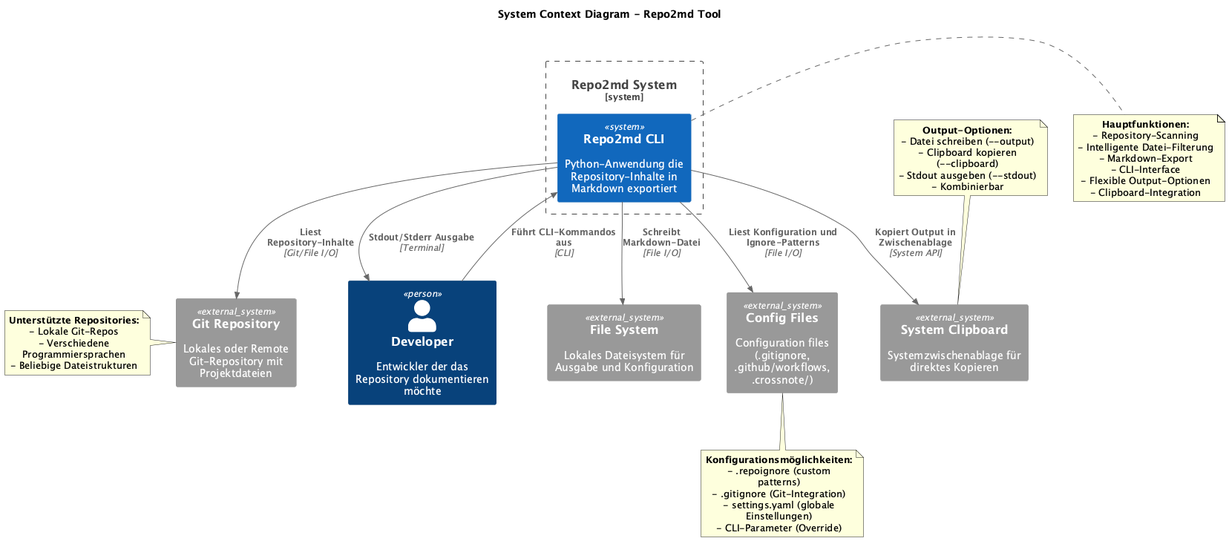
Above: docs/architecture/images/C4_Level1_repo2md.png in georghildebrand/repo2ai (PlantUML), before the change.
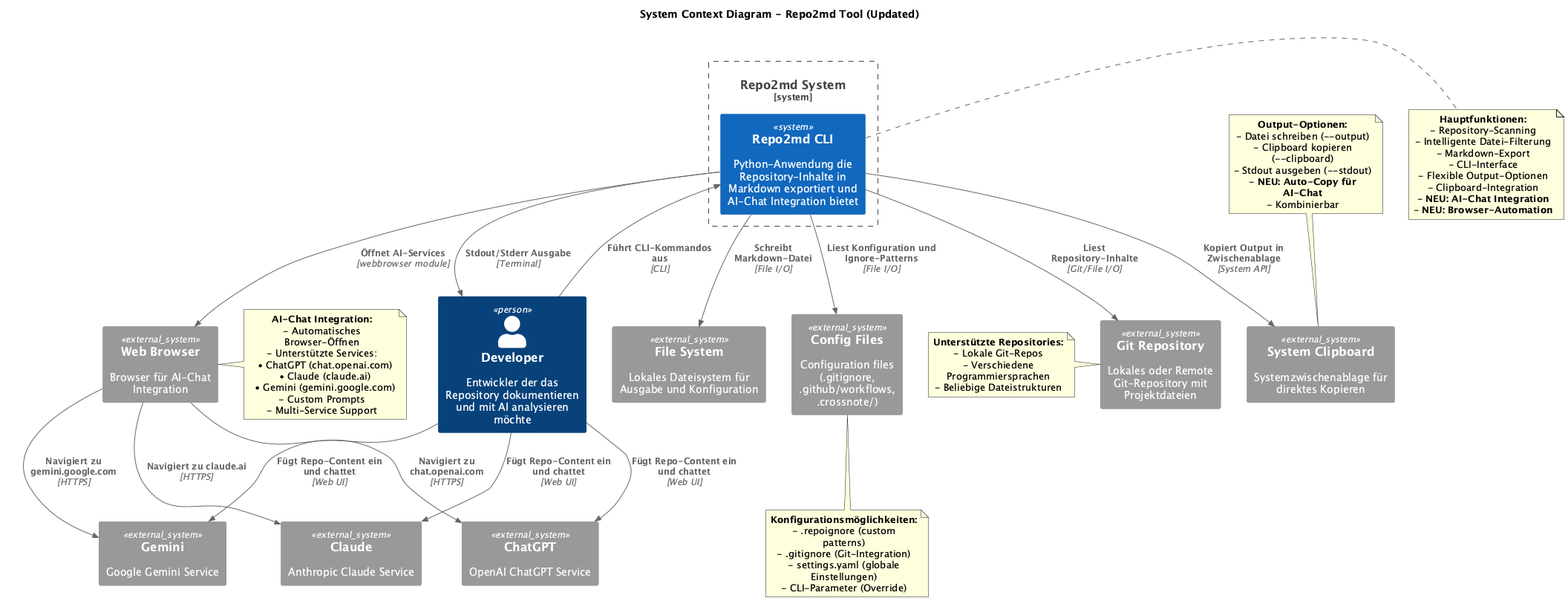
Later version of the same file.

The edit, as a diff of the source:
```diff
@@ -1,25 +1,39 @@
 @startuml C4_Level1_repo2md
 !include https://raw.githubusercontent.com/plantuml-stdlib/C4-PlantUML/master/C4_Context.puml
 
-title System Context Diagram - Repo2md Tool
+title System Context Diagram - Repo2md Tool (Updated)
 
-Person(developer, "Developer", "Entwickler der das Repository dokumentieren möchte")
+Person(developer, "Developer", "Entwickler der das Repository dokumentieren und mit AI analysieren möchte")
 
 System_Boundary(repoToMd, "Repo2md System") {
-    System(repoToMdApp, "Repo2md CLI", "Python-Anwendung die Repository-Inhalte in Markdown exportiert")
+    System(repoToMdApp, "Repo2md CLI", "Python-Anwendung die Repository-Inhalte in Markdown exportiert und AI-Chat Integration bietet")
 }
 
 System_Ext(gitRepo, "Git Repository", "Lokales oder Remote Git-Repository mit Projektdateien")
 System_Ext(fileSystem, "File System", "Lokales Dateisystem für Ausgabe und Konfiguration")
 System_Ext(configFiles, "Config Files", "Configuration files (.gitignore, .github/workflows, .crossnote/)")
 System_Ext(clipboard, "System Clipboard", "Systemzwischenablage für direktes Kopieren")
+System_Ext(browser, "Web Browser", "Browser für AI-Chat Integration")
+
+System_Ext(chatgpt, "ChatGPT", "OpenAI ChatGPT Service")
+System_Ext(claude, "Claude", "Anthropic Claude Service")
+System_Ext(gemini, "Gemini", "Google Gemini Service")
 
 Rel(developer, repoToMdApp, "Führt CLI-Kommandos aus", "CLI")
 Rel(repoToMdApp, gitRepo, "Liest Repository-Inhalte", "Git/File I/O")
 Rel(repoToMdApp, fileSystem, "Schreibt Markdown-Datei", "File I/O")
 Rel(repoToMdApp, configFiles, "Liest Konfiguration und Ignore-Patterns", "File I/O")
 Rel(repoToMdApp, clipboard, "Kopiert Output in Zwischenablage", "System API")
+Rel(repoToMdApp, browser, "Öffnet AI-Services", "webbrowser module")
 Rel(repoToMdApp, developer, "Stdout/Stderr Ausgabe", "Terminal")
+
+Rel(browser, chatgpt, "Navigiert zu chat.openai.com", "HTTPS")
+Rel(browser, claude, "Navigiert zu claude.ai", "HTTPS")
+Rel(browser, gemini, "Navigiert zu gemini.google.com", "HTTPS")
+
+Rel(developer, chatgpt, "Fügt Repo-Content ein und chattet", "Web UI")
+Rel(developer, claude, "Fügt Repo-Content ein und chattet", "Web UI")
+Rel(developer, gemini, "Fügt Repo-Content ein und chattet", "Web UI")
 
 note right of repoToMdApp
   **Hauptfunktionen:**
@@ -29,6 +43,8 @@
   - CLI-Interface
   - Flexible Output-Optionen
   - Clipboard-Integration
+  - **NEU: AI-Chat Integration**
+  - **NEU: Browser-Automation**
 end note
 
 note left of gitRepo
@@ -51,7 +67,19 @@
   - Datei schreiben (--output)
   - Clipboard kopieren (--clipboard)
   - Stdout ausgeben (--stdout)
+  - **NEU: Auto-Copy für AI-Chat**
   - Kombinierbar
 end note
 
+note right of browser
+  **AI-Chat Integration:**
+  - Automatisches Browser-Öffnen
+  - Unterstützte Services:
+    • ChatGPT (chat.openai.com)
+    • Claude (claude.ai)
+    • Gemini (gemini.google.com)
+  - Custom Prompts
+  - Multi-Service Support
+end note
+
 @enduml
```
